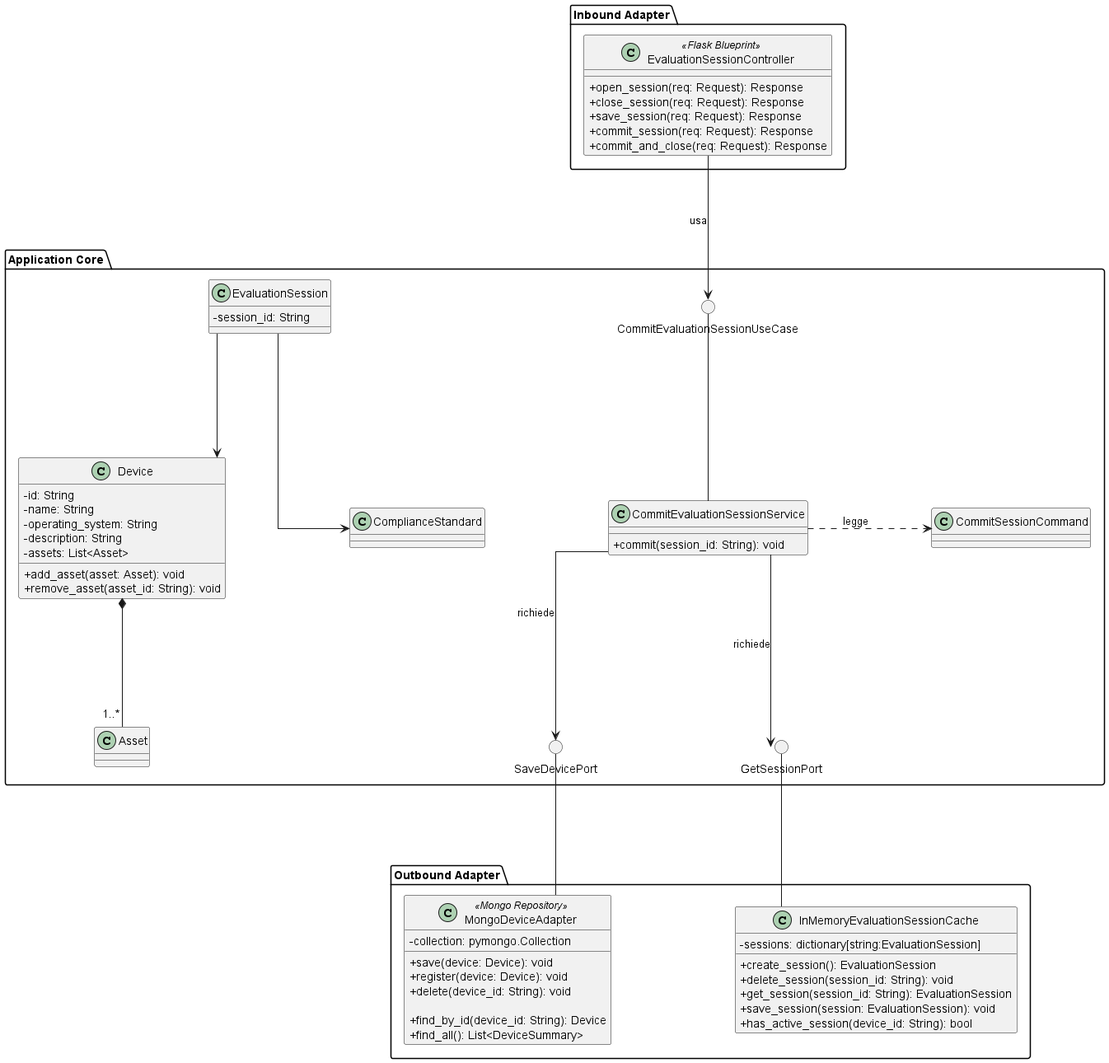
The PlantUML diagram src/PB/DocumentazioneEsterna/Specifica_Tecnica/content/uml/png/Session/CommitEvaluationSession.png in GroupRubberDuck/Documentazione, before a commit.
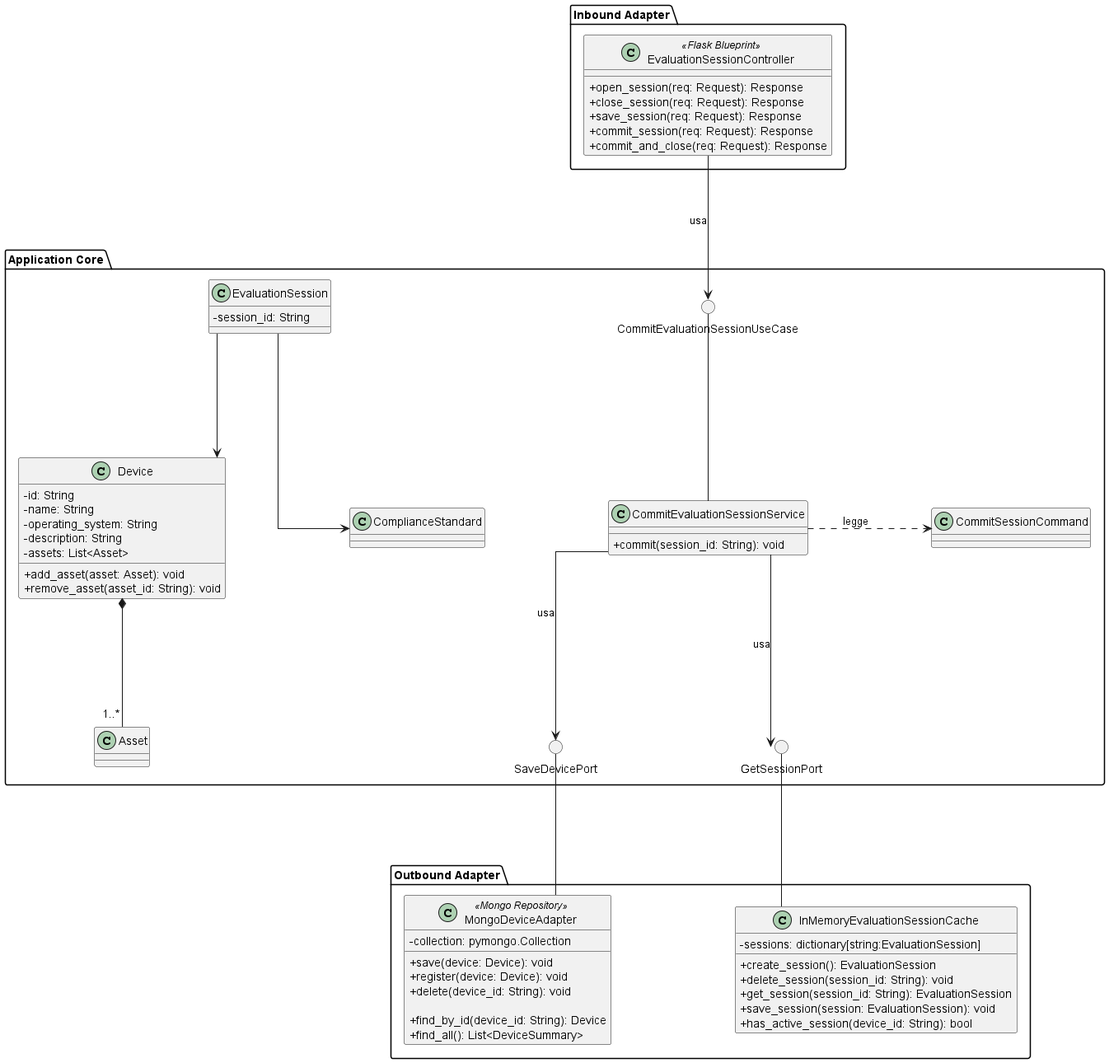
Above is the later version.

The edit, as a diff of the source:
```diff
@@ -22,9 +22,8 @@
 
     CommitEvaluationSessionService -up- CommitEvaluationSessionUseCase
 
-    CommitEvaluationSessionService --> SaveDevicePort : richiede
-    CommitEvaluationSessionService --> GetSessionPort : richiede
-
+    CommitEvaluationSessionService --> SaveDevicePort : usa
+    CommitEvaluationSessionService --> GetSessionPort : usa
     CommitEvaluationSessionService .right.> CommitSessionCommand : legge
 }
 
```
